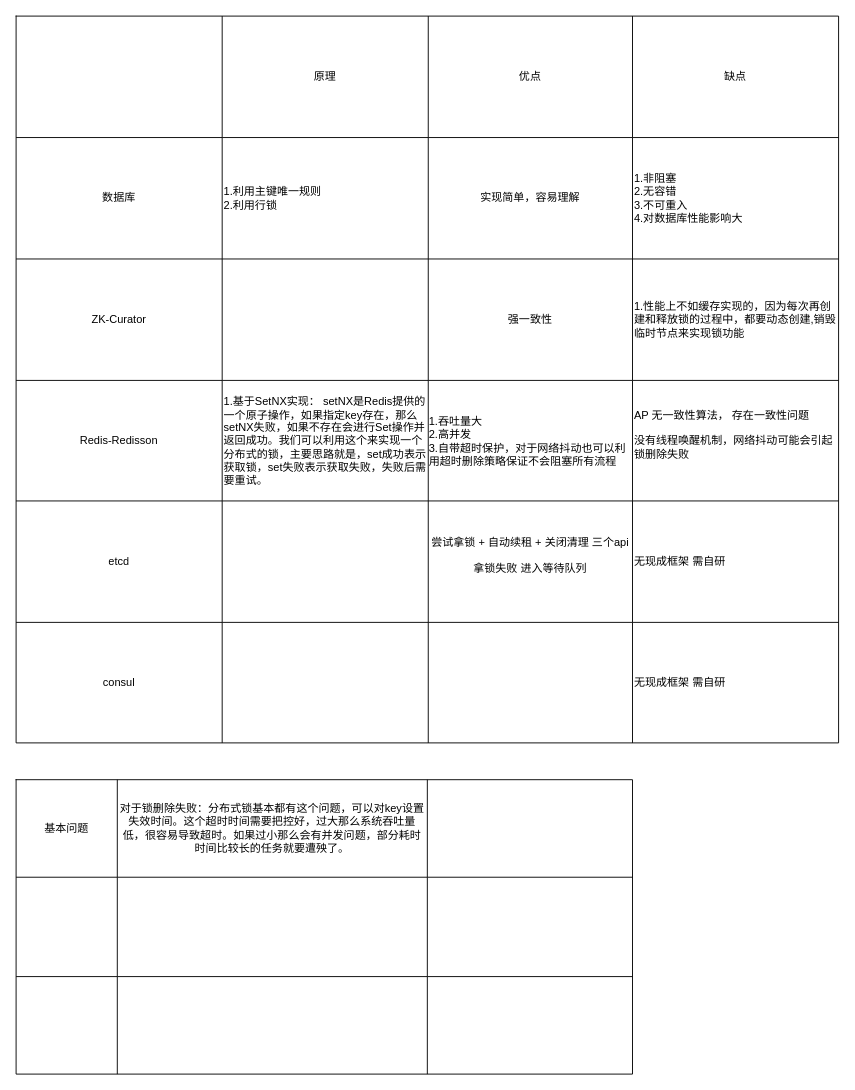
Above: page "Main" (1 of 6) of 分布式锁.drawio in bayern01kahn/Tech_Diagrams (draw.io), before the change. Source tidied: cells renumbered, new cells numbered last; positions are measured from the earlier drawing's top-left corner, leaving out a move shared by most shapes. Both pictures are drawn from the tidied source at 92%, with x=0, y=0 at pixel (16, 16).
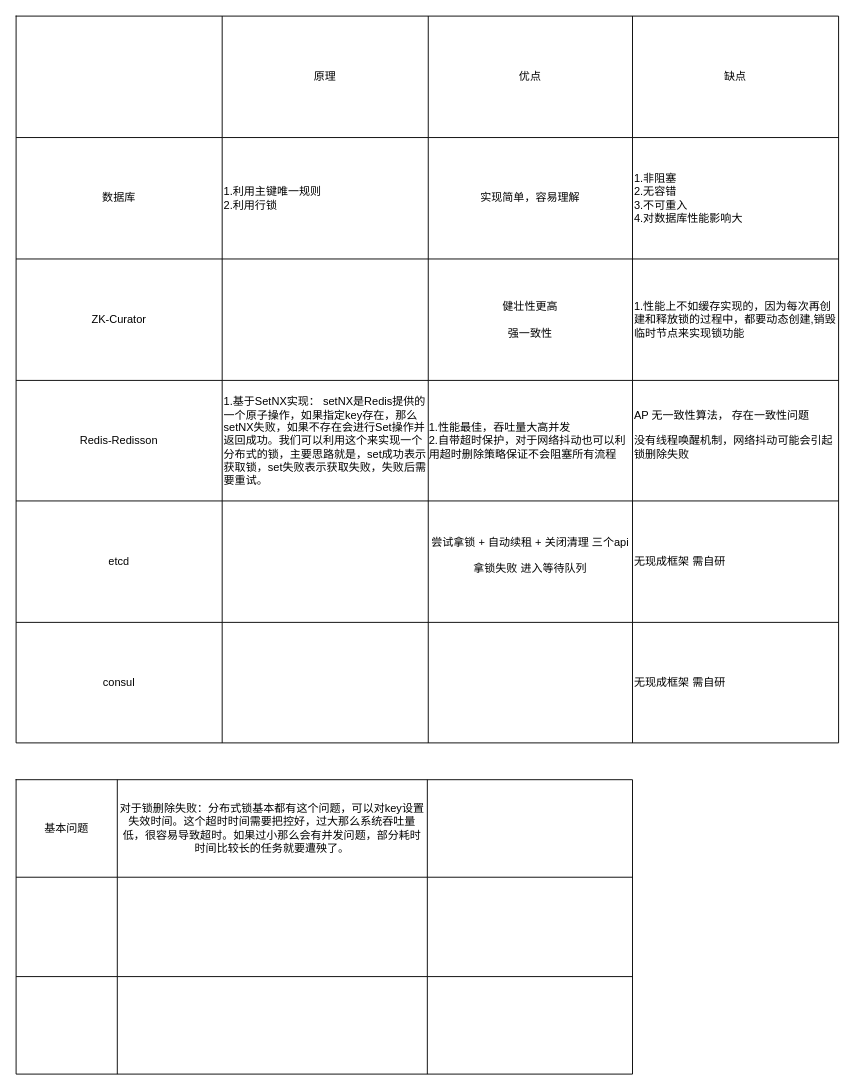
The same page after the edit.

Unchanged cells that the change refers to:
```xml
<mxCell id="13" style="shape=partialRectangle;html=1;whiteSpace=wrap;fillColor=none;top=0;left=0;bottom=0;right=0;" parent="2" vertex="1">
  <mxGeometry y="264" width="894" height="132" as="geometry" />
</mxCell>
<mxCell id="18" style="shape=partialRectangle;html=1;whiteSpace=wrap;fillColor=none;top=0;left=0;bottom=0;right=0;" parent="2" vertex="1">
  <mxGeometry y="396" width="894" height="131" as="geometry" />
</mxCell>
```

The edit, as a diff of the source:
```diff
@@
-    <mxCell id="16" value="强一致性" style="shape=partialRectangle;html=1;whiteSpace=wrap;fillColor=none;top=0;left=0;bottom=0;right=0;overflow=hidden;" parent="13" vertex="1">
+    <mxCell id="16" value="健壮性更高&lt;br&gt;&lt;br&gt;强一致性" style="shape=partialRectangle;html=1;whiteSpace=wrap;fillColor=none;top=0;left=0;bottom=0;right=0;overflow=hidden;" parent="13" vertex="1">
       <mxGeometry x="448" width="222" height="132" as="geometry" />
     </mxCell>
@@
-    <mxCell id="21" value="&lt;div style=&quot;text-align: left&quot;&gt;&lt;span&gt;1.吞吐量大&lt;/span&gt;&lt;/div&gt;&lt;div style=&quot;text-align: left&quot;&gt;&lt;span&gt;2.高并发&lt;/span&gt;&lt;/div&gt;&lt;div style=&quot;text-align: left&quot;&gt;&lt;span&gt;3.自带超时保护，对于网络抖动也可以利用超时删除策略保证不会阻塞所有流程&lt;/span&gt;&lt;/div&gt;" style="shape=partialRectangle;html=1;whiteSpace=wrap;fillColor=none;top=0;left=0;bottom=0;right=0;overflow=hidden;" parent="18" vertex="1">
+    <mxCell id="21" value="&lt;div style=&quot;text-align: left&quot;&gt;&lt;span&gt;1.性能最佳，吞吐量大&lt;/span&gt;&lt;span&gt;高并发&lt;/span&gt;&lt;/div&gt;&lt;div style=&quot;text-align: left&quot;&gt;&lt;span&gt;2.自带超时保护，对于网络抖动也可以利用超时删除策略保证不会阻塞所有流程&lt;/span&gt;&lt;/div&gt;" style="shape=partialRectangle;html=1;whiteSpace=wrap;fillColor=none;top=0;left=0;bottom=0;right=0;overflow=hidden;" parent="18" vertex="1">
       <mxGeometry x="448" width="222" height="131" as="geometry" />
     </mxCell>
```
